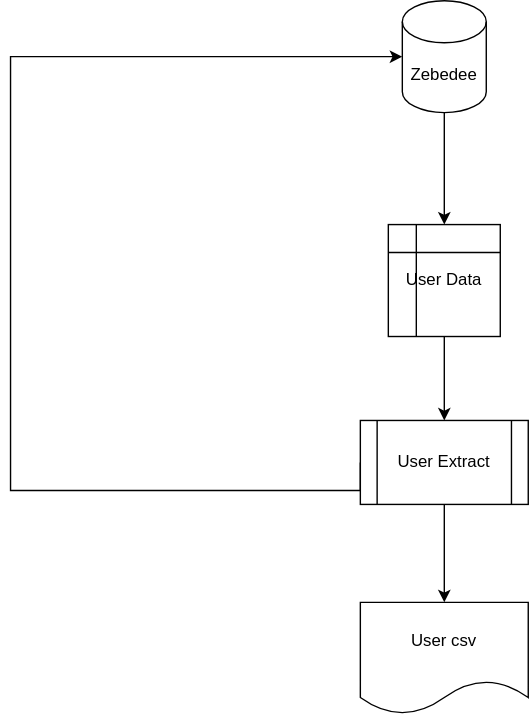
Above: dp-identity-data-migration/userdataextraction/dataflow.drawio.svg in ONSdigital/dp-data-tools (draw.io), before the change. Source tidied: cells renumbered, new cells last; positions are measured from the earlier drawing's top-left corner, leaving out a move shared by most shapes.
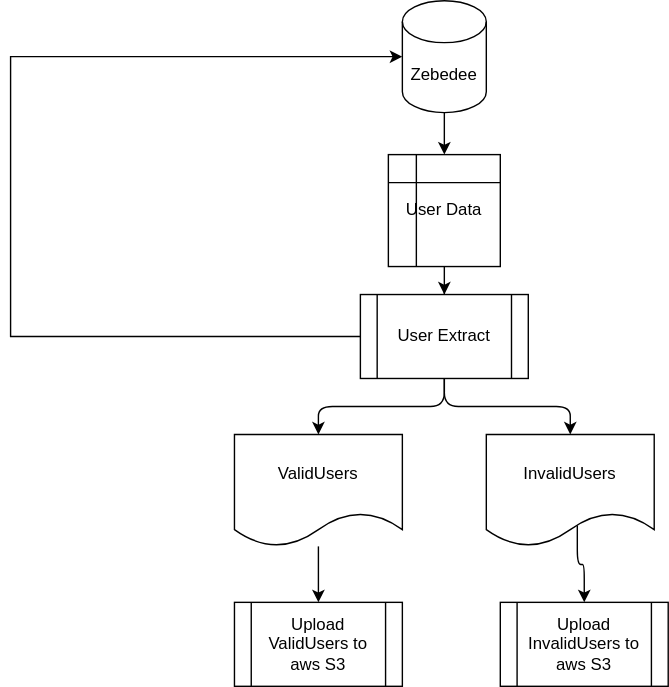
After the change.

What changed in the source:
```diff
@@ -5,13 +5,13 @@
     <mxCell id="2" style="edgeStyle=orthogonalEdgeStyle;rounded=0;jettySize=auto;html=1;entryX=0;entryY=0.5;entryDx=0;entryDy=0;entryPerimeter=0;exitX=0;exitY=0.5;exitDx=0;exitDy=0;" parent="1" edge="1" source="3" target="5">
       <mxGeometry relative="1" as="geometry">
         <Array as="points">
-          <mxPoint y="350" />
+          <mxPoint y="240" />
           <mxPoint y="40" />
         </Array>
       </mxGeometry>
     </mxCell>
     <mxCell id="3" value="User Extract" style="shape=process;whiteSpace=wrap;html=1;backgroundOutline=1;" parent="1" vertex="1">
-      <mxGeometry x="250" y="300" width="120" height="60" as="geometry" />
+      <mxGeometry x="250" y="210" width="120" height="60" as="geometry" />
     </mxCell>
     <mxCell id="4" style="edgeStyle=elbowEdgeStyle;rounded=0;jettySize=auto;elbow=vertical;html=1;entryX=0.5;entryY=0;entryDx=0;entryDy=0;exitX=0.5;exitY=1;exitDx=0;exitDy=0;exitPerimeter=0;" parent="1" edge="1" source="5" target="7">
       <mxGeometry relative="1" as="geometry" />
@@ -23,13 +23,31 @@
       <mxGeometry relative="1" as="geometry" />
     </mxCell>
     <mxCell id="7" value="User Data" style="shape=internalStorage;whiteSpace=wrap;html=1;backgroundOutline=1;" parent="1" vertex="1">
-      <mxGeometry x="270" y="160" width="80" height="80" as="geometry" />
+      <mxGeometry x="270" y="110" width="80" height="80" as="geometry" />
     </mxCell>
-    <mxCell id="8" value="User csv" style="shape=document;whiteSpace=wrap;html=1;boundedLbl=1;" parent="1" vertex="1">
-      <mxGeometry x="250" y="430" width="120" height="80" as="geometry" />
+    <mxCell id="8" value="InvalidUsers" style="shape=document;whiteSpace=wrap;html=1;boundedLbl=1;" parent="1" vertex="1">
+      <mxGeometry x="340" y="310" width="120" height="80" as="geometry" />
     </mxCell>
-    <mxCell id="9" style="endArrow=classic;html=1;exitX=0.5;exitY=1;exitDx=0;exitDy=0;entryX=0.5;entryY=0;entryDx=0;entryDy=0;edgeStyle=elbowEdgeStyle;elbow=vertical;" parent="1" edge="1" source="3" target="8">
+    <mxCell id="9" style="endArrow=classic;html=1;exitX=0.5;exitY=1;exitDx=0;exitDy=0;entryX=0.5;entryY=0;entryDx=0;entryDy=0;edgeStyle=elbowEdgeStyle;elbow=vertical;" parent="1" edge="1" source="3" target="10">
       <mxGeometry relative="1" as="geometry" />
     </mxCell>
+    <mxCell id="10" value="ValidUsers" style="shape=document;whiteSpace=wrap;html=1;boundedLbl=1;" parent="1" vertex="1">
+      <mxGeometry x="160" y="310" width="120" height="80" as="geometry" />
+    </mxCell>
+    <mxCell id="11" style="endArrow=classic;html=1;edgeStyle=elbowEdgeStyle;elbow=vertical;entryX=0.5;entryY=0;entryDx=0;entryDy=0;exitX=0.5;exitY=1;exitDx=0;exitDy=0;" parent="1" edge="1" source="3" target="8">
+      <mxGeometry relative="1" as="geometry" />
+    </mxCell>
+    <mxCell id="12" style="endArrow=classic;html=1;exitX=0.542;exitY=0.813;exitDx=0;exitDy=0;edgeStyle=elbowEdgeStyle;elbow=vertical;exitPerimeter=0;entryX=0.5;entryY=0;entryDx=0;entryDy=0;" parent="1" edge="1" source="8" target="13">
+      <mxGeometry relative="1" as="geometry" />
+    </mxCell>
+    <mxCell id="13" value="Upload InvalidUsers to aws S3" style="shape=process;whiteSpace=wrap;html=1;backgroundOutline=1;" parent="1" vertex="1">
+      <mxGeometry x="350" y="430" width="120" height="60" as="geometry" />
+    </mxCell>
+    <mxCell id="14" style="edgeStyle=none;html=1;entryX=0.5;entryY=0;entryDx=0;entryDy=0;" parent="1" edge="1" source="10" target="15">
+      <mxGeometry relative="1" as="geometry" />
+    </mxCell>
+    <mxCell id="15" value="Upload ValidUsers to aws S3" style="shape=process;whiteSpace=wrap;html=1;backgroundOutline=1;" parent="1" vertex="1">
+      <mxGeometry x="160" y="430" width="120" height="60" as="geometry" />
+    </mxCell>
   </root>
 </mxGraphModel>
```
